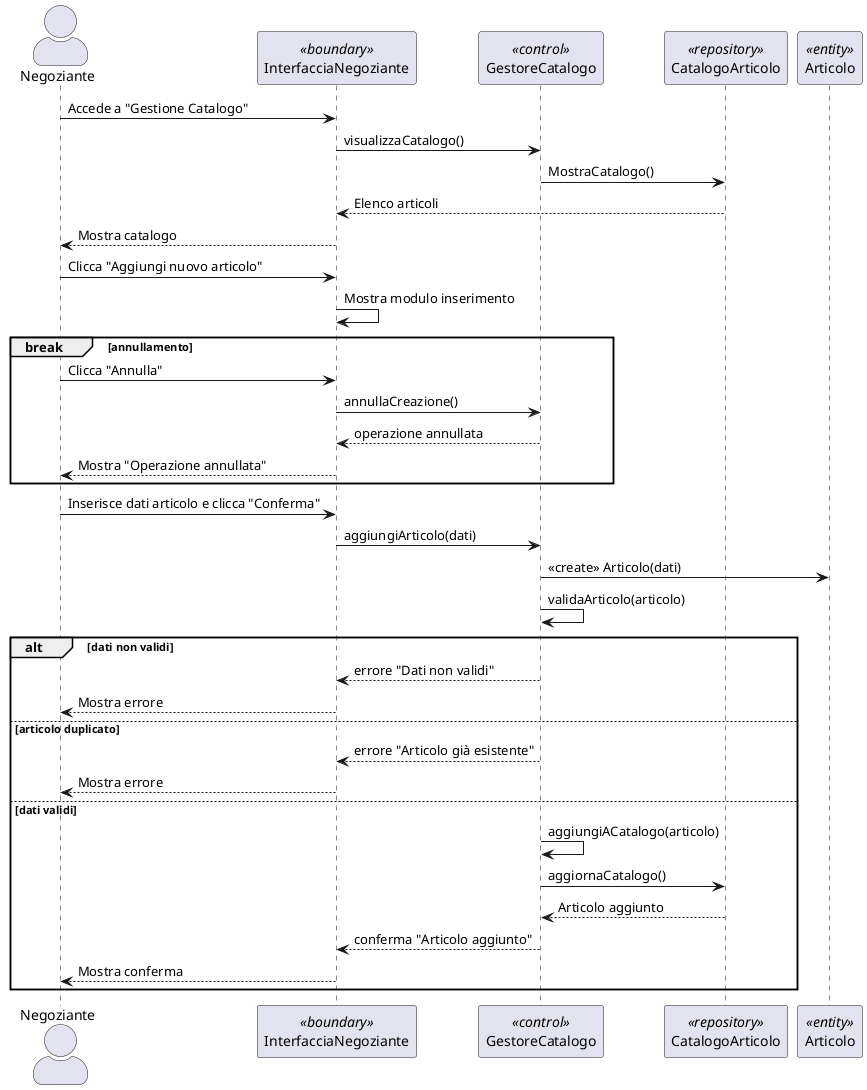
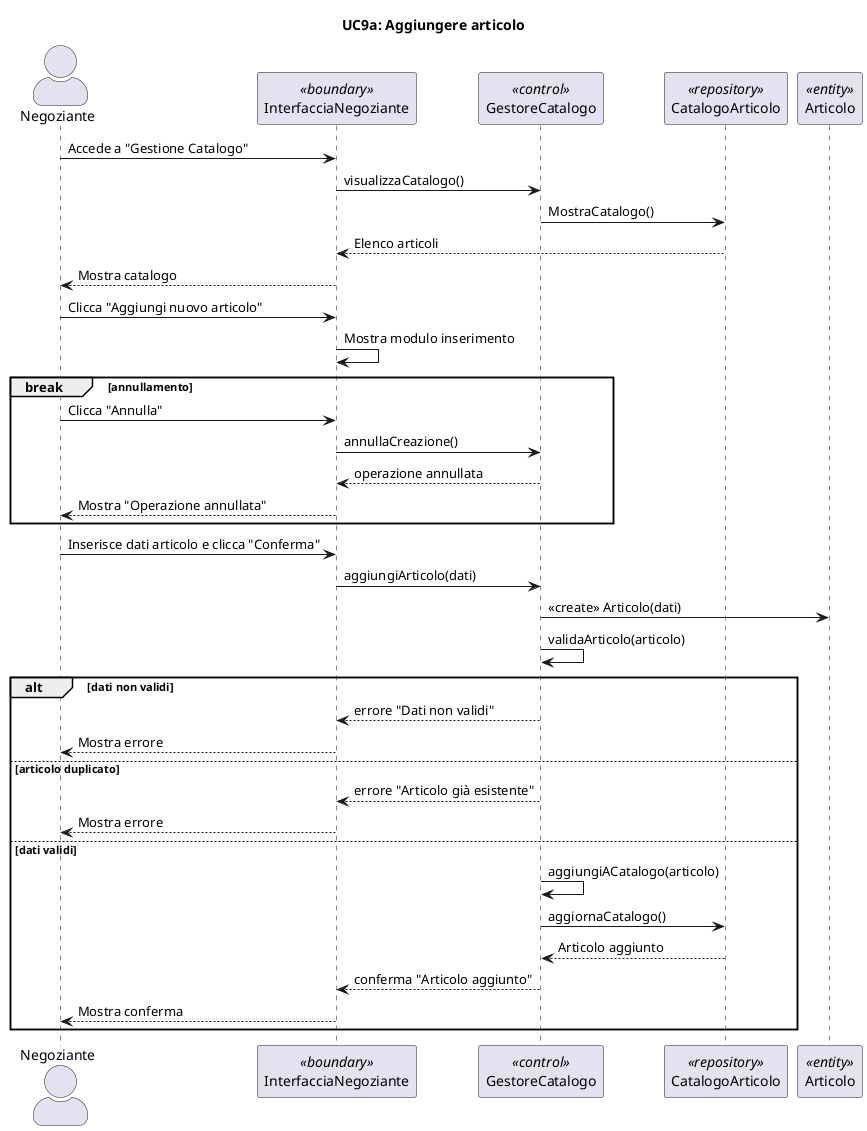
@startuml
+ title UC9a: Aggiungere articolo
skinparam actorStyle awesome

actor "Negoziante" as N
participant "InterfacciaNegoziante" as IN <<boundary>>
participant "GestoreCatalogo" as G <<control>>
participant "CatalogoArticolo" as CA <<repository>>
participant "Articolo" as Articolo <<entity>>

N -> IN: Accede a "Gestione Catalogo"
IN -> G: visualizzaCatalogo()
G -> CA: MostraCatalogo()
CA --> IN: Elenco articoli
IN --> N: Mostra catalogo

N -> IN: Clicca "Aggiungi nuovo articolo"
IN -> IN: Mostra modulo inserimento

break annullamento
    N -> IN: Clicca "Annulla"
    IN -> G: annullaCreazione()
    G --> IN: operazione annullata
    IN --> N: Mostra "Operazione annullata"
end

N -> IN: Inserisce dati articolo e clicca "Conferma"
IN -> G: aggiungiArticolo(dati)

G -> Articolo: <<create>> Articolo(dati)
G -> G: validaArticolo(articolo)

alt dati non validi
    G --> IN: errore "Dati non validi"
    IN --> N: Mostra errore

else articolo duplicato
    G --> IN: errore "Articolo già esistente"
    IN --> N: Mostra errore

else dati validi
    G -> G: aggiungiACatalogo(articolo)
    G -> CA: aggiornaCatalogo()
    CA --> G: Articolo aggiunto
    G --> IN: conferma "Articolo aggiunto"
    IN --> N: Mostra conferma
end

@enduml